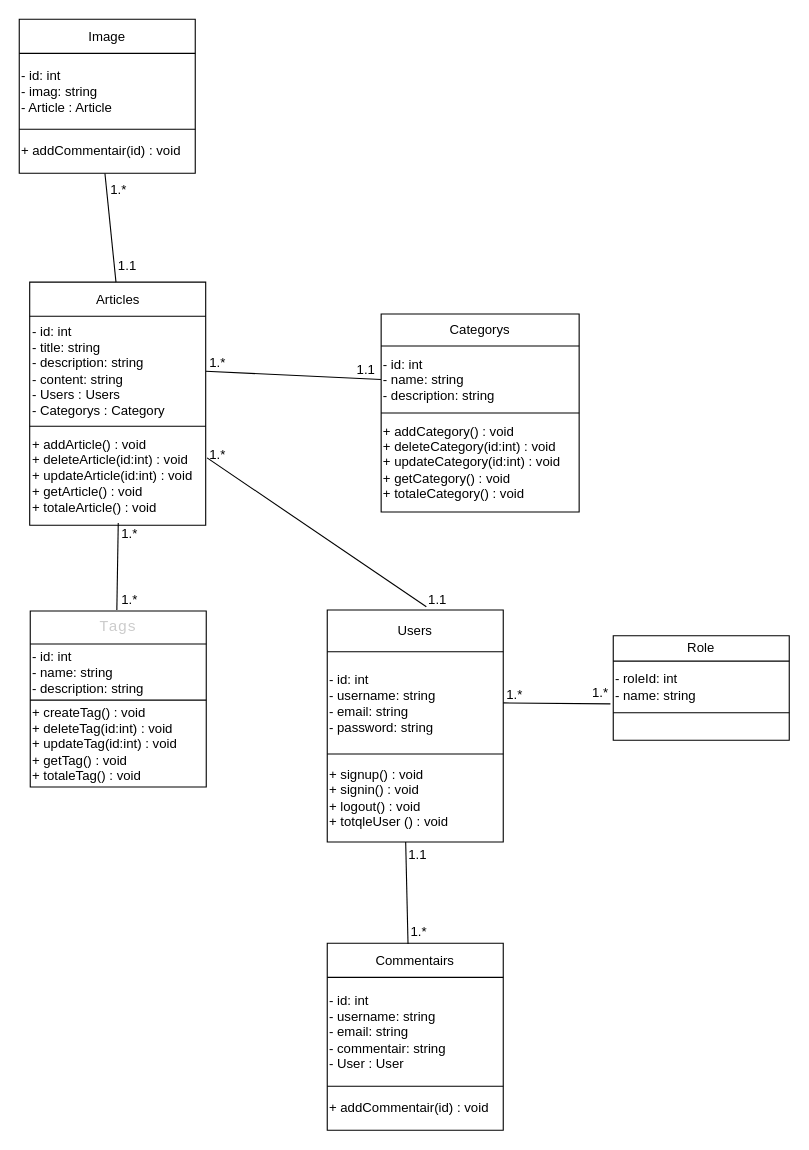
The draw.io diagram uml/DiagramDeClass.drawio in k-zakaria/ajiNt3awno, before the edit. Source tidied: cells renumbered, new cells numbered last; positions are measured from the earlier drawing's top-left corner, leaving out a move shared by most shapes. Both pictures are drawn from the tidied source at 110%, with x=0, y=0 at pixel (19, 19).
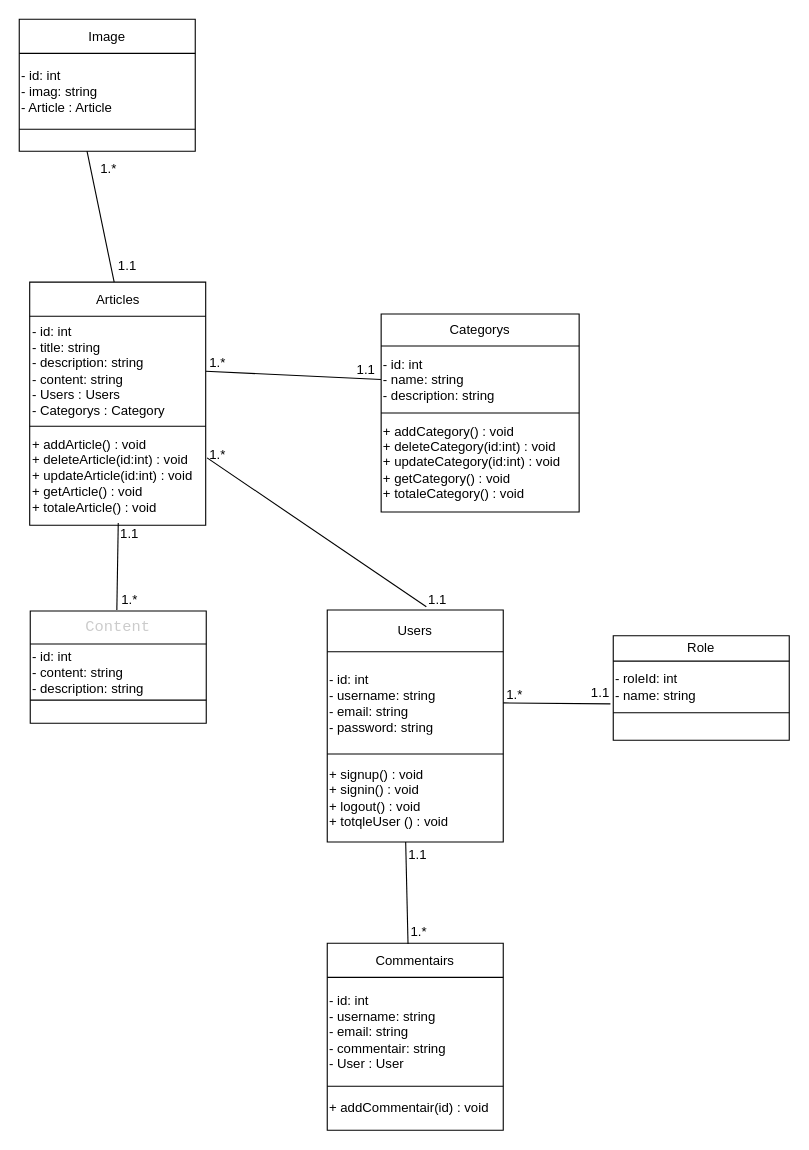
Above is the later version.

The change refers to these unchanged cells:
```xml
<mxCell id="4" style="shape=tableRow;horizontal=0;startSize=0;swimlaneHead=0;swimlaneBody=0;top=0;left=0;bottom=0;right=0;fillColor=none;points=[[0,0.5],[1,0.5]];portConstraint=eastwest;" parent="3" vertex="1">
  <mxGeometry width="160" height="31" as="geometry" />
</mxCell>
<mxCell id="18" style="shape=tableRow;horizontal=0;startSize=0;swimlaneHead=0;swimlaneBody=0;top=0;left=0;bottom=0;right=0;fillColor=none;points=[[0,0.5],[1,0.5]];portConstraint=eastwest;" parent="17" vertex="1">
  <mxGeometry width="160" height="30" as="geometry" />
</mxCell>
<mxCell id="20" style="shape=tableRow;horizontal=0;startSize=0;swimlaneHead=0;swimlaneBody=0;top=0;left=0;bottom=0;right=0;fillColor=none;" parent="17" vertex="1">
  <mxGeometry y="30" width="160" height="51" as="geometry" />
</mxCell>
```

Diff of the diagram source:
```diff
@@
     <mxCell id="17" style="shape=table;startSize=0;childLayout=tableLayout;" parent="1" vertex="1">
-      <mxGeometry x="10" y="538" width="160" height="160" as="geometry" />
+      <mxGeometry x="10" y="538" width="160" height="102" as="geometry" />
     </mxCell>
@@
-    <mxCell id="19" value="&lt;font face=&quot;Consolas, Courier New, monospace&quot; color=&quot;#cccccc&quot;&gt;&lt;span style=&quot;font-size: 14px;&quot;&gt;Tags&lt;/span&gt;&lt;/font&gt;" style="shape=partialRectangle;html=1;whiteSpace=wrap;overflow=hidden;fillColor=none;top=0;left=0;bottom=0;right=0;" parent="18" vertex="1">
+    <mxCell id="19" value="&lt;font face=&quot;Consolas, Courier New, monospace&quot; color=&quot;#cccccc&quot;&gt;&lt;span style=&quot;font-size: 14px;&quot;&gt;Content&lt;/span&gt;&lt;/font&gt;" style="shape=partialRectangle;html=1;whiteSpace=wrap;overflow=hidden;fillColor=none;top=0;left=0;bottom=0;right=0;" parent="18" vertex="1">
       <mxGeometry width="160" height="30" as="geometry" />
     </mxCell>
@@
-    <mxCell id="21" value="&lt;div&gt;- id: int&lt;/div&gt;&lt;div&gt;&lt;span style=&quot;background-color: initial;&quot;&gt;- name: string&amp;nbsp; &amp;nbsp; &amp;nbsp; &amp;nbsp;&lt;/span&gt;&lt;/div&gt;&lt;div&gt;- description: string&lt;/div&gt;" style="shape=partialRectangle;html=1;whiteSpace=wrap;overflow=hidden;fillColor=none;top=0;left=0;bottom=0;right=0;align=left;" parent="20" vertex="1">
+    <mxCell id="21" value="&lt;div&gt;- id: int&lt;/div&gt;&lt;div&gt;&lt;span style=&quot;background-color: initial;&quot;&gt;- content: string&amp;nbsp; &amp;nbsp; &amp;nbsp; &amp;nbsp;&lt;/span&gt;&lt;/div&gt;&lt;div&gt;- description: string&lt;/div&gt;" style="shape=partialRectangle;html=1;whiteSpace=wrap;overflow=hidden;fillColor=none;top=0;left=0;bottom=0;right=0;align=left;" parent="20" vertex="1">
       <mxGeometry width="160" height="51" as="geometry" />
     </mxCell>
     <mxCell id="22" style="shape=tableRow;horizontal=0;startSize=0;swimlaneHead=0;swimlaneBody=0;top=0;left=0;bottom=0;right=0;fillColor=none;" parent="17" vertex="1">
-      <mxGeometry y="81" width="160" height="79" as="geometry" />
+      <mxGeometry y="81" width="160" height="21" as="geometry" />
     </mxCell>
-    <mxCell id="23" value="+ create&lt;span style=&quot;text-align: center;&quot;&gt;Tag&lt;/span&gt;() : void&lt;br&gt;+ delete&lt;span style=&quot;text-align: center;&quot;&gt;Tag&lt;/span&gt;(id:int) : void&lt;br&gt;+ update&lt;span style=&quot;text-align: center;&quot;&gt;Tag&lt;/span&gt;(id:int) : void&lt;br&gt;+ get&lt;span style=&quot;text-align: center;&quot;&gt;Tag&lt;/span&gt;() : void&lt;br&gt;+ totaleTag() : void" style="shape=partialRectangle;html=1;whiteSpace=wrap;overflow=hidden;fillColor=none;top=0;left=0;bottom=0;right=0;align=left;" parent="22" vertex="1">
-      <mxGeometry width="160" height="79" as="geometry" />
+    <mxCell id="23" style="shape=partialRectangle;html=1;whiteSpace=wrap;overflow=hidden;fillColor=none;top=0;left=0;bottom=0;right=0;align=left;" parent="22" vertex="1">
+      <mxGeometry width="160" height="21" as="geometry" />
     </mxCell>
@@
-    <mxCell id="35" value="1.*" style="text;html=1;align=center;verticalAlign=middle;strokeColor=none;fillColor=none;" parent="1" vertex="1">
+    <mxCell id="35" value="1.1" style="text;html=1;align=center;verticalAlign=middle;strokeColor=none;fillColor=none;" parent="1" vertex="1">
       <mxGeometry x="80" y="453" width="40" height="30" as="geometry" />
     </mxCell>
@@
-    <mxCell id="48" value="1.*" style="text;html=1;align=center;verticalAlign=middle;strokeColor=none;fillColor=none;" parent="1" vertex="1">
+    <mxCell id="48" value="1.1" style="text;html=1;align=center;verticalAlign=middle;strokeColor=none;fillColor=none;" parent="1" vertex="1">
       <mxGeometry x="508" y="598" width="40" height="30" as="geometry" />
     </mxCell>
@@
     <mxCell id="59" style="shape=table;startSize=0;childLayout=tableLayout;" parent="1" vertex="1">
-      <mxGeometry width="160" height="140" as="geometry" />
+      <mxGeometry width="160" height="120" as="geometry" />
     </mxCell>
@@
     <mxCell id="64" style="shape=tableRow;horizontal=0;startSize=0;swimlaneHead=0;swimlaneBody=0;top=0;left=0;bottom=0;right=0;fillColor=none;points=[[0,0.5],[1,0.5]];portConstraint=eastwest;" parent="59" vertex="1">
-      <mxGeometry y="100" width="160" height="40" as="geometry" />
+      <mxGeometry y="100" width="160" height="20" as="geometry" />
     </mxCell>
-    <mxCell id="65" value="&lt;span style=&quot;&quot;&gt;+ addCommentair&lt;/span&gt;&lt;span style=&quot;&quot;&gt;(id) : void&lt;/span&gt;&lt;span style=&quot;&quot;&gt;&lt;br&gt;&lt;/span&gt;" style="shape=partialRectangle;html=1;whiteSpace=wrap;overflow=hidden;fillColor=none;top=0;left=0;bottom=0;right=0;align=left;" parent="64" vertex="1">
-      <mxGeometry width="160" height="40" as="geometry" />
+    <mxCell id="65" value="&lt;span style=&quot;&quot;&gt;&lt;br&gt;&lt;/span&gt;" style="shape=partialRectangle;html=1;whiteSpace=wrap;overflow=hidden;fillColor=none;top=0;left=0;bottom=0;right=0;align=left;" parent="64" vertex="1">
+      <mxGeometry width="160" height="20" as="geometry" />
     </mxCell>
-    <mxCell id="66" style="endArrow=none;html=1;entryX=0.21;entryY=0.008;entryDx=0;entryDy=0;entryPerimeter=0;" parent="1" edge="1" source="4" target="67">
+    <mxCell id="66" style="endArrow=none;html=1;entryX=0.385;entryY=0.998;entryDx=0;entryDy=0;entryPerimeter=0;" parent="1" edge="1" source="4" target="64">
       <mxGeometry relative="1" as="geometry" />
     </mxCell>
     <mxCell id="67" value="1.*" style="text;html=1;align=center;verticalAlign=middle;points=[];strokeColor=none;fillColor=none;" parent="1" vertex="1">
-      <mxGeometry x="69.5" y="140" width="40" height="30" as="geometry" />
+      <mxGeometry x="60.5" y="121" width="40" height="30" as="geometry" />
     </mxCell>
```
